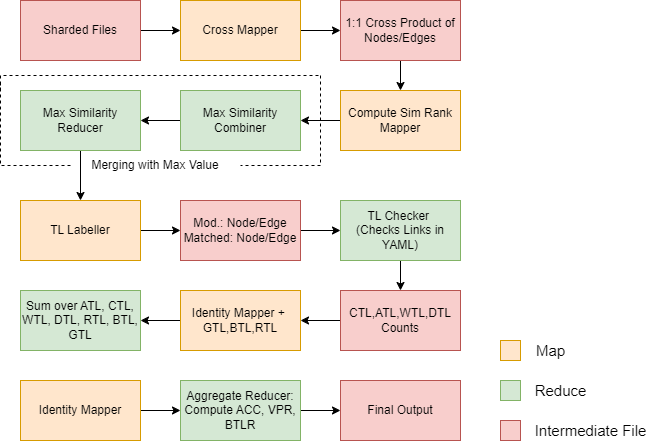
Kaushal1011/CS441SimRankForGraphs keeps this draw.io diagram as assets/MRDoc.png. Above is the earlier version. Source tidied: cells renumbered, new cells last; positions are measured from the earlier drawing's top-left corner, leaving out a move shared by most shapes.
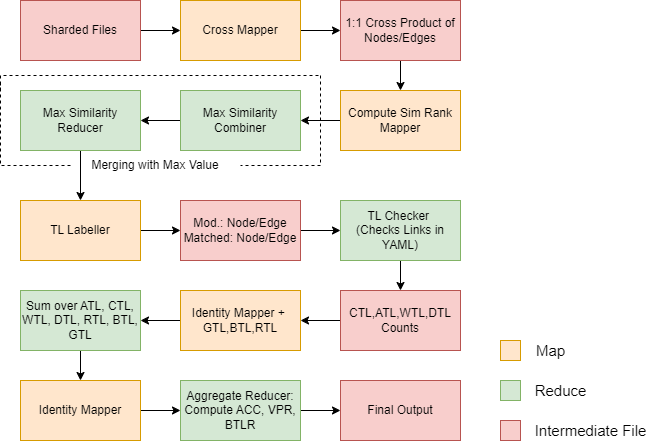
Later version of the same file.

Change to the diagram source:
```diff
@@ -111,6 +111,9 @@
     <mxCell id="32" value="Final Output" style="rounded=0;whiteSpace=wrap;html=1;fillColor=#f8cecc;strokeColor=#b85450;" parent="1" vertex="1">
       <mxGeometry x="340" y="380" width="120" height="60" as="geometry" />
     </mxCell>
+    <mxCell id="40" style="edgeStyle=orthogonalEdgeStyle;rounded=0;jettySize=auto;html=1;" parent="1" edge="1" source="33" target="29">
+      <mxGeometry relative="1" as="geometry" />
+    </mxCell>
     <mxCell id="33" value="Sum over ATL, CTL, WTL, DTL, RTL, BTL, GTL" style="rounded=0;whiteSpace=wrap;html=1;fillColor=#d5e8d4;strokeColor=#82b366;" parent="1" vertex="1">
       <mxGeometry x="20" y="290" width="120" height="60" as="geometry" />
     </mxCell>
```
